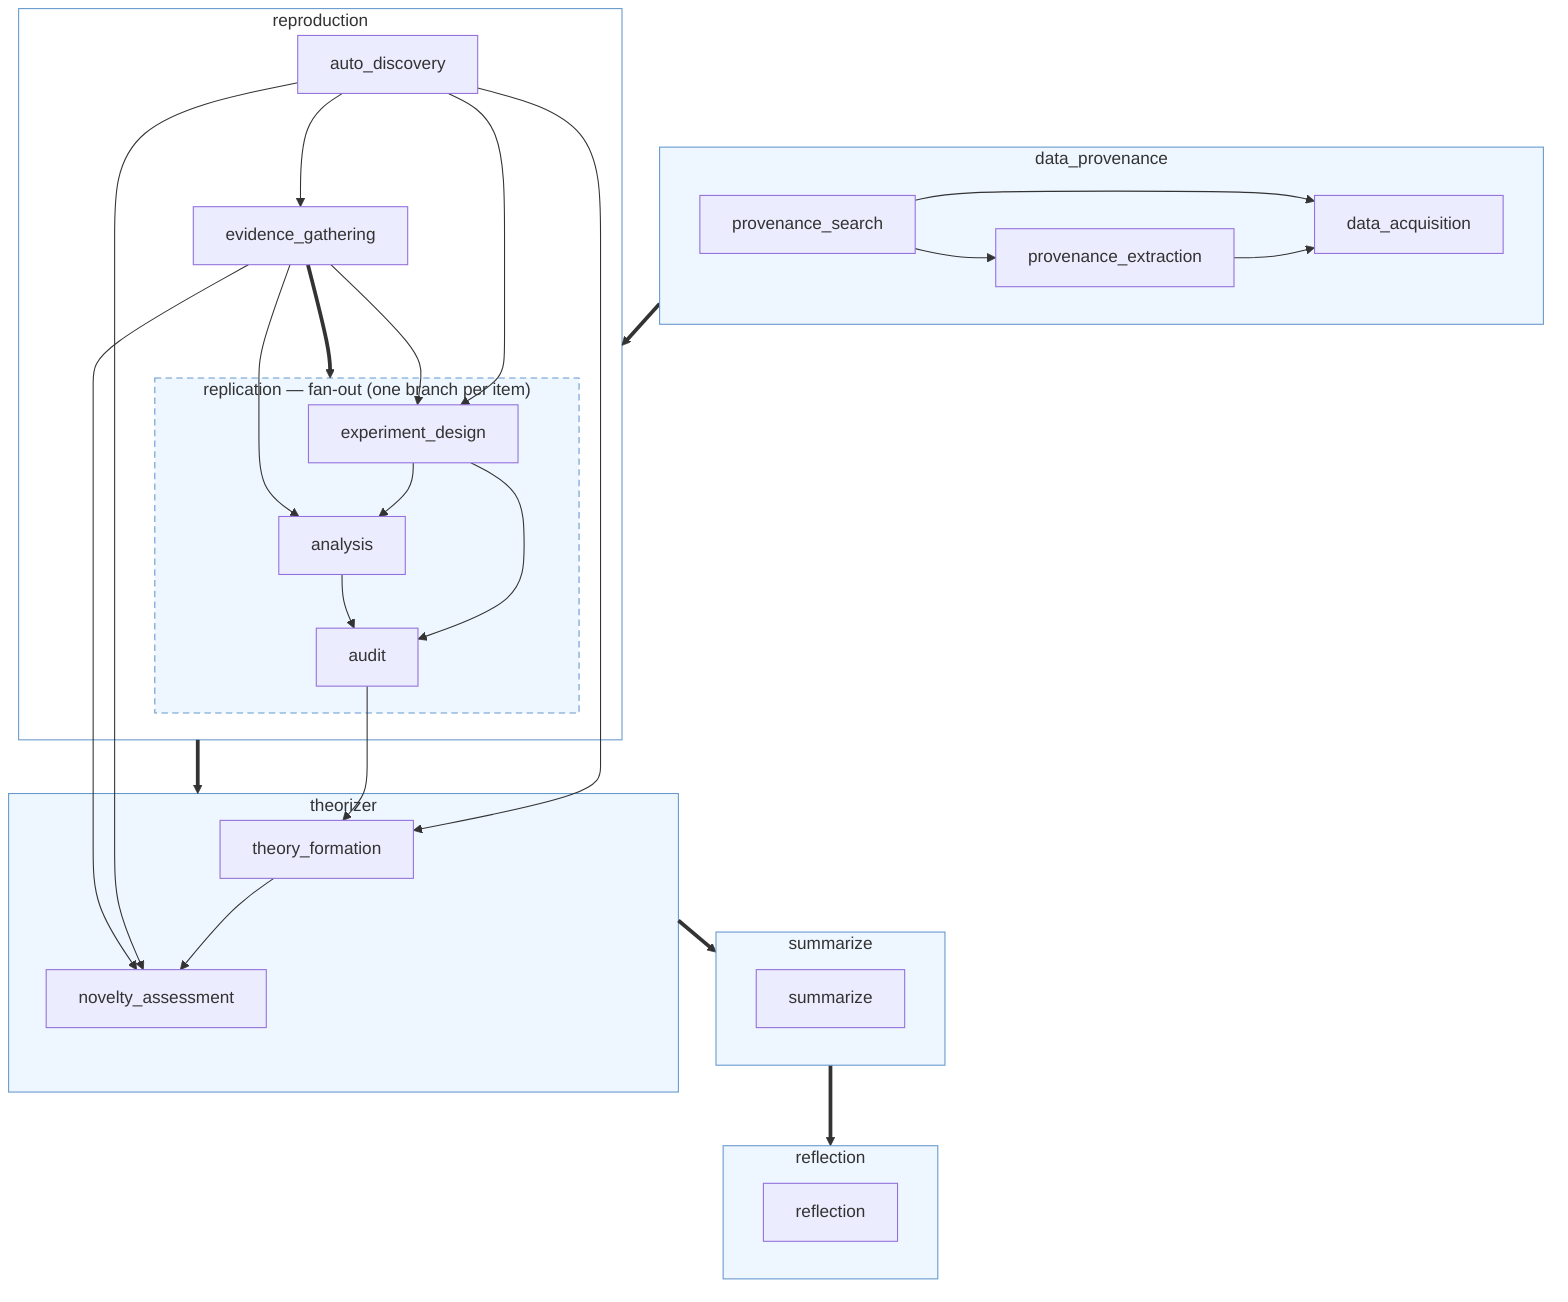
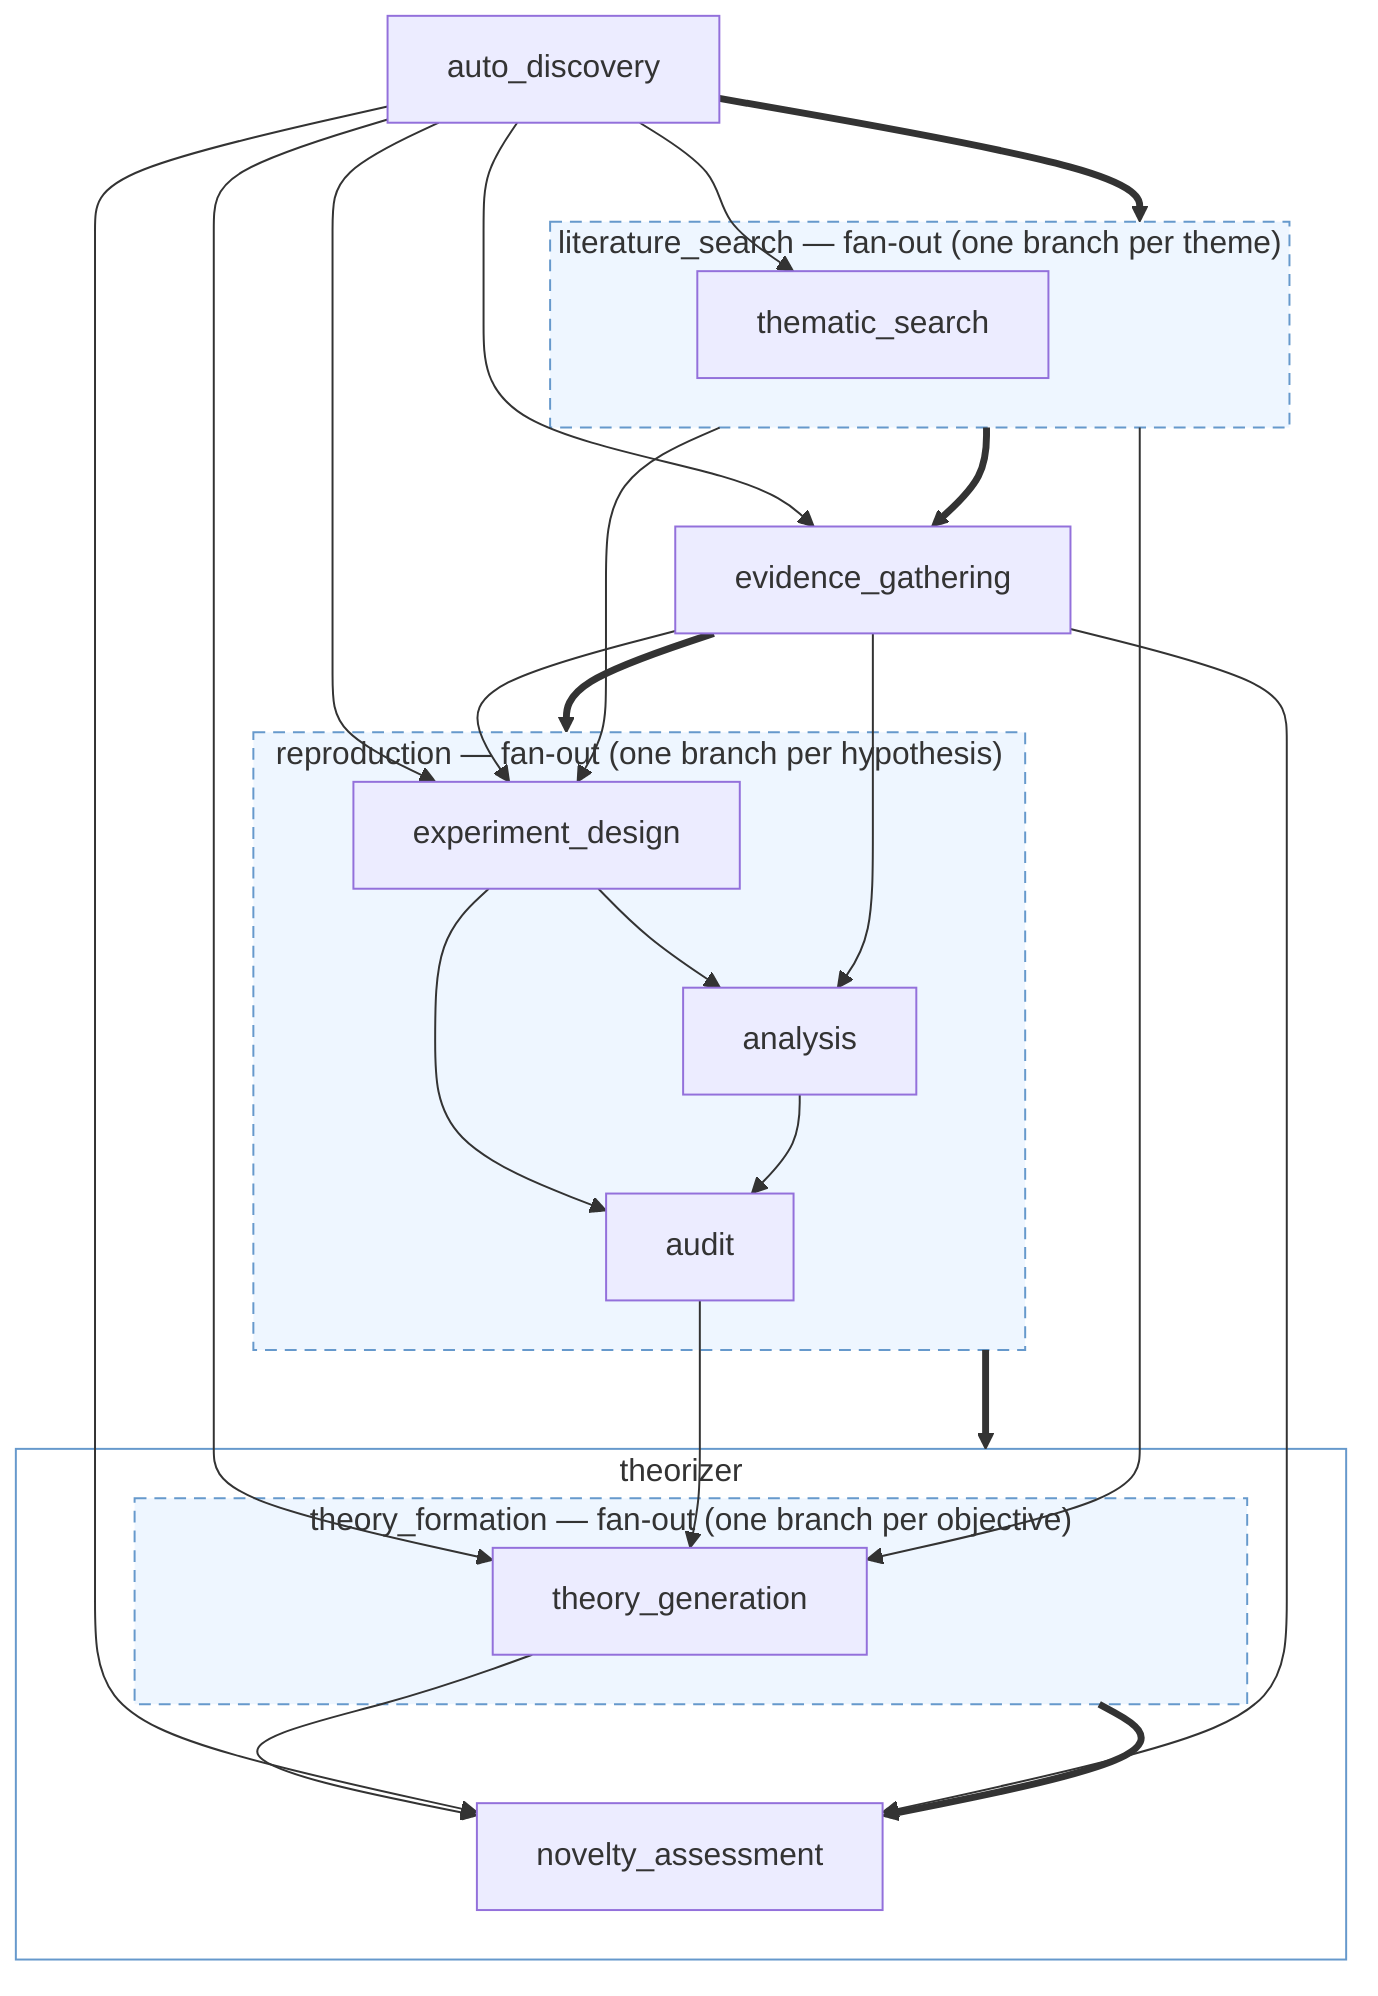
%% data_and_literature_grounded_theory_generation — generated by scripts/compile-schemas.py from assets/workflows.yaml; do not edit
%% thick ==> : a loop's child order  ·  thin --> : data input  ·  dashed: input from outside this loop
flowchart TD
  classDef external stroke-dasharray: 3 3,color:#888888
-   subgraph data_provenance["data_provenance"]
-     data_provenance__provenance_search["provenance_search"]
-     data_provenance__provenance_extraction["provenance_extraction"]
-     data_provenance__data_acquisition["data_acquisition"]
+   auto_discovery["auto_discovery"]
+   subgraph literature_search["literature_search — fan-out (one branch per theme)"]
+     literature_search__thematic_search["thematic_search"]
  end
-   subgraph reproduction["reproduction"]
-     reproduction__auto_discovery["auto_discovery"]
-     reproduction__evidence_gathering["evidence_gathering"]
-     subgraph reproduction__replication["replication — fan-out (one branch per item)"]
-       reproduction__replication__experiment_design["experiment_design"]
-       reproduction__replication__analysis["analysis"]
-       reproduction__replication__audit["audit"]
-     end
+   evidence_gathering["evidence_gathering"]
+   subgraph reproduction["reproduction — fan-out (one branch per hypothesis)"]
+     reproduction__experiment_design["experiment_design"]
+     reproduction__analysis["analysis"]
+     reproduction__audit["audit"]
  end
  subgraph theorizer["theorizer"]
-     theorizer__theory_formation["theory_formation"]
+     subgraph theorizer__theory_formation["theory_formation — fan-out (one branch per objective)"]
+       theorizer__theory_formation__theory_generation["theory_generation"]
+     end
    theorizer__novelty_assessment["novelty_assessment"]
  end
-   subgraph summarize["summarize"]
-     summarize__summarize["summarize"]
-   end
-   subgraph reflection["reflection"]
-     reflection__reflection["reflection"]
-   end
-   data_provenance ==> reproduction
+   auto_discovery ==> literature_search
+   literature_search ==> evidence_gathering
+   evidence_gathering ==> reproduction
  reproduction ==> theorizer
-   theorizer ==> summarize
-   summarize ==> reflection
-   reproduction__evidence_gathering ==> reproduction__replication
-   data_provenance__provenance_search --> data_provenance__provenance_extraction
-   data_provenance__provenance_search --> data_provenance__data_acquisition
-   data_provenance__provenance_extraction --> data_provenance__data_acquisition
-   reproduction__auto_discovery --> reproduction__evidence_gathering
-   reproduction__auto_discovery --> reproduction__replication__experiment_design
-   reproduction__evidence_gathering --> reproduction__replication__experiment_design
-   reproduction__replication__experiment_design --> reproduction__replication__analysis
-   reproduction__evidence_gathering --> reproduction__replication__analysis
-   reproduction__replication__experiment_design --> reproduction__replication__audit
-   reproduction__replication__analysis --> reproduction__replication__audit
-   reproduction__auto_discovery --> theorizer__theory_formation
-   reproduction__replication__audit --> theorizer__theory_formation
-   theorizer__theory_formation --> theorizer__novelty_assessment
-   reproduction__auto_discovery --> theorizer__novelty_assessment
-   reproduction__evidence_gathering --> theorizer__novelty_assessment
-   style data_provenance fill:#eef6ff,stroke:#6699cc
-   style reproduction__replication fill:#eef6ff,stroke:#6699cc,stroke-dasharray: 6 4
-   style reproduction fill:none,stroke:#6699cc
-   style theorizer fill:#eef6ff,stroke:#6699cc
-   style summarize fill:#eef6ff,stroke:#6699cc
-   style reflection fill:#eef6ff,stroke:#6699cc
+   theorizer__theory_formation ==> theorizer__novelty_assessment
+   auto_discovery --> literature_search__thematic_search
+   auto_discovery --> evidence_gathering
+   auto_discovery --> reproduction__experiment_design
+   evidence_gathering --> reproduction__experiment_design
+   literature_search --> reproduction__experiment_design
+   reproduction__experiment_design --> reproduction__analysis
+   evidence_gathering --> reproduction__analysis
+   reproduction__experiment_design --> reproduction__audit
+   reproduction__analysis --> reproduction__audit
+   auto_discovery --> theorizer__theory_formation__theory_generation
+   reproduction__audit --> theorizer__theory_formation__theory_generation
+   literature_search --> theorizer__theory_formation__theory_generation
+   theorizer__theory_formation__theory_generation --> theorizer__novelty_assessment
+   auto_discovery --> theorizer__novelty_assessment
+   evidence_gathering --> theorizer__novelty_assessment
+   style literature_search fill:#eef6ff,stroke:#6699cc,stroke-dasharray: 6 4
+   style reproduction fill:#eef6ff,stroke:#6699cc,stroke-dasharray: 6 4
+   style theorizer__theory_formation fill:#eef6ff,stroke:#6699cc,stroke-dasharray: 6 4
+   style theorizer fill:none,stroke:#6699cc
